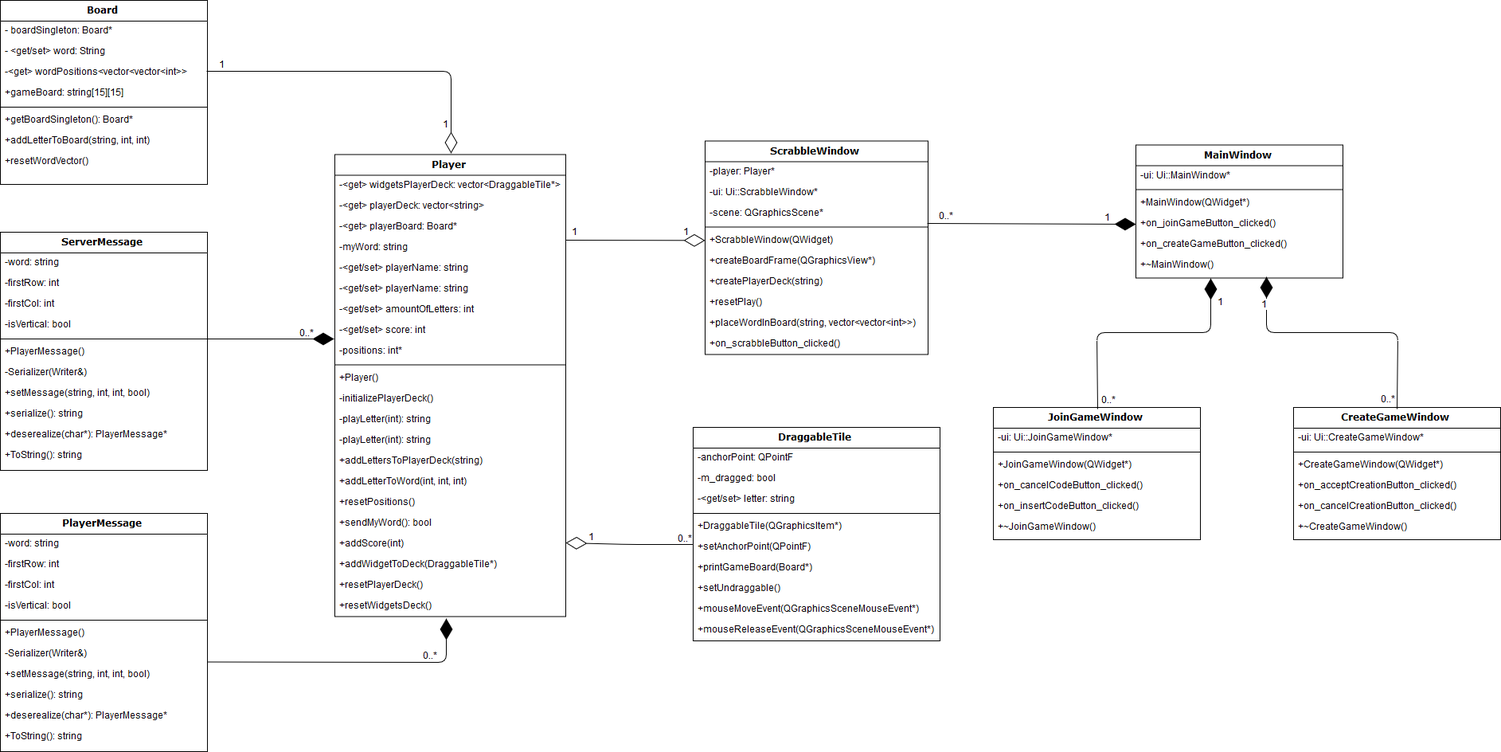
Before: ClientProject/images/Wiki_resources/Client Class Diagram.png, a diagram exported from draw.io (ErickCR12/Scrabble). Source tidied: cells renumbered, new cells last; positions are measured from the earlier drawing's top-left corner, leaving out a move shared by most shapes.
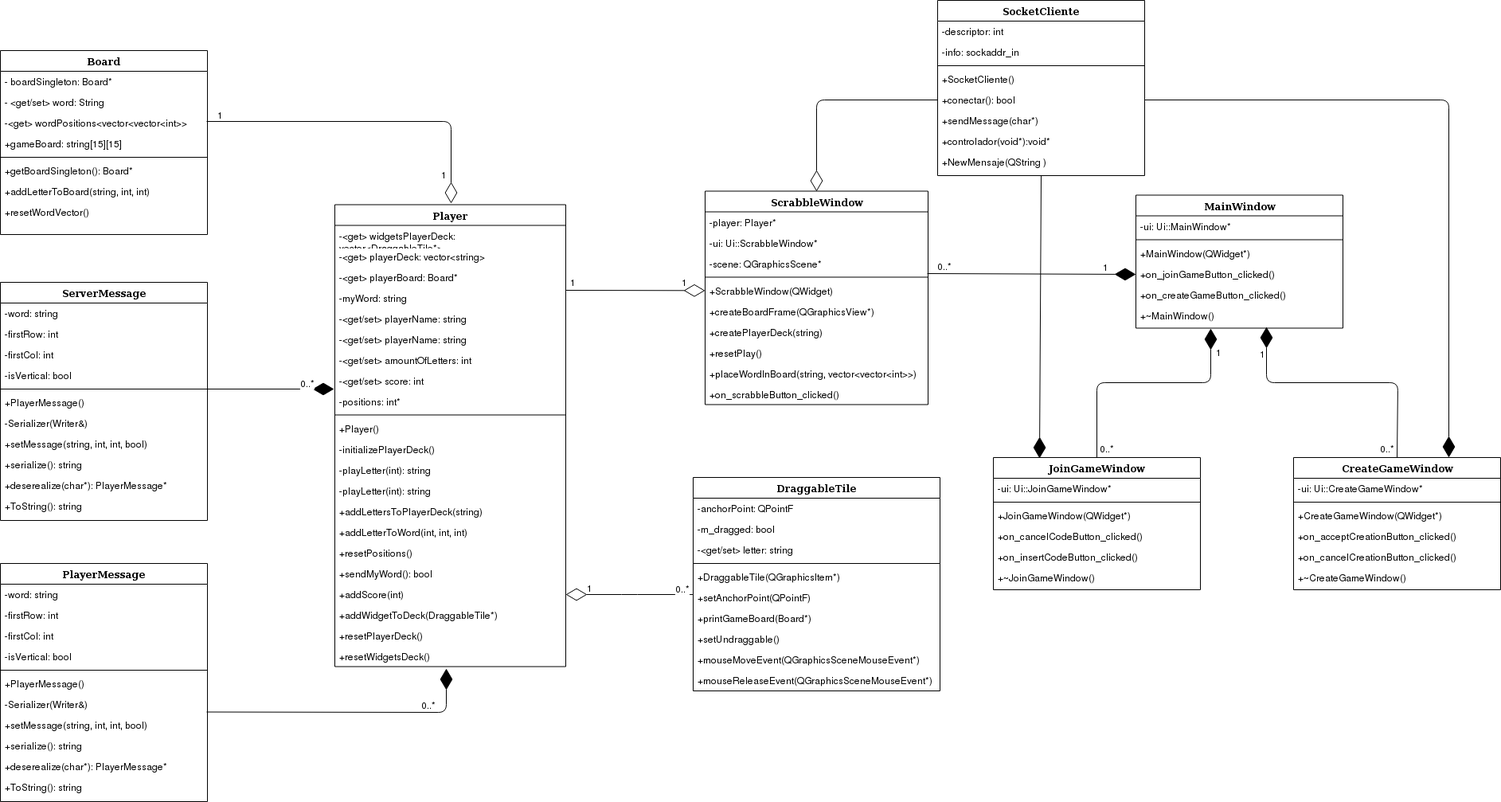
The same diagram one commit later.

Change to the diagram source:
```diff
@@ -430,5 +430,51 @@
         <mxPoint x="-152" y="-117" as="offset" />
       </mxGeometry>
     </mxCell>
+    <mxCell id="123" value="SocketCliente" style="swimlane;html=1;fontStyle=1;align=center;verticalAlign=top;horizontal=1;startSize=26;swimlaneFillColor=#ffffff;rounded=0;shadow=0;comic=0;labelBackgroundColor=none;strokeColor=#000000;strokeWidth=1;fillColor=none;fontFamily=Verdana;fontSize=12;fontColor=#000000;" parent="1" vertex="1">
+      <mxGeometry x="1177" y="-63" width="260" height="220" as="geometry" />
+    </mxCell>
+    <mxCell id="124" value="-descriptor: int" style="text;html=1;strokeColor=none;fillColor=none;align=left;verticalAlign=top;spacingLeft=4;spacingRight=4;whiteSpace=wrap;overflow=hidden;" parent="123" vertex="1">
+      <mxGeometry y="26" width="260" height="26" as="geometry" />
+    </mxCell>
+    <mxCell id="125" value="&lt;div&gt;-info: sockaddr_in&lt;/div&gt;" style="text;html=1;strokeColor=none;fillColor=none;align=left;verticalAlign=top;spacingLeft=4;spacingRight=4;whiteSpace=wrap;overflow=hidden;" parent="123" vertex="1">
+      <mxGeometry y="52" width="260" height="26" as="geometry" />
+    </mxCell>
+    <mxCell id="126" style="line;html=1;strokeWidth=1;fillColor=none;align=left;verticalAlign=middle;spacingTop=-1;spacingLeft=3;spacingRight=3;labelPosition=right;" parent="123" vertex="1">
+      <mxGeometry y="78" width="260" height="8" as="geometry" />
+    </mxCell>
+    <mxCell id="127" value="+SocketCliente()" style="text;html=1;strokeColor=none;fillColor=none;align=left;verticalAlign=top;spacingLeft=4;spacingRight=4;whiteSpace=wrap;overflow=hidden;" parent="123" vertex="1">
+      <mxGeometry y="86" width="260" height="26" as="geometry" />
+    </mxCell>
+    <mxCell id="128" value="+conectar(): bool" style="text;html=1;strokeColor=none;fillColor=none;align=left;verticalAlign=top;spacingLeft=4;spacingRight=4;whiteSpace=wrap;overflow=hidden;points=[[0,0.5],[1,0.5]];portConstraint=eastwest;" parent="123" vertex="1">
+      <mxGeometry y="112" width="260" height="26" as="geometry" />
+    </mxCell>
+    <mxCell id="129" value="+sendMessage(char*)" style="text;html=1;strokeColor=none;fillColor=none;align=left;verticalAlign=top;spacingLeft=4;spacingRight=4;whiteSpace=wrap;overflow=hidden;" parent="123" vertex="1">
+      <mxGeometry y="138" width="260" height="26" as="geometry" />
+    </mxCell>
+    <mxCell id="130" value="+controlador(void*):void*" style="text;html=1;strokeColor=none;fillColor=none;align=left;verticalAlign=top;spacingLeft=4;spacingRight=4;whiteSpace=wrap;overflow=hidden;" parent="123" vertex="1">
+      <mxGeometry y="164" width="260" height="26" as="geometry" />
+    </mxCell>
+    <mxCell id="131" value="+NewMensaje(QString )" style="text;html=1;strokeColor=none;fillColor=none;align=left;verticalAlign=top;spacingLeft=4;spacingRight=4;whiteSpace=wrap;overflow=hidden;" parent="123" vertex="1">
+      <mxGeometry y="190" width="260" height="26" as="geometry" />
+    </mxCell>
+    <mxCell id="132" style="endArrow=diamondThin;endFill=0;endSize=24;html=1;entryX=0.5;entryY=0;entryDx=0;entryDy=0;exitX=0;exitY=0.5;exitDx=0;exitDy=0;" parent="1" edge="1" source="128" target="93">
+      <mxGeometry relative="1" as="geometry">
+        <Array as="points">
+          <mxPoint x="1025" y="62" />
+        </Array>
+      </mxGeometry>
+    </mxCell>
+    <mxCell id="133" style="endArrow=diamondThin;endFill=1;endSize=24;html=1;entryX=0.223;entryY=0.006;entryDx=0;entryDy=0;exitX=0.5;exitY=1;exitDx=0;exitDy=0;entryPerimeter=0;" parent="1" edge="1" target="68">
+      <mxGeometry relative="1" as="geometry">
+        <mxPoint x="1307" y="157" as="sourcePoint" />
+      </mxGeometry>
+    </mxCell>
+    <mxCell id="134" style="endArrow=diamondThin;endFill=1;endSize=24;html=1;entryX=0.75;entryY=0;entryDx=0;entryDy=0;exitX=1;exitY=0.5;exitDx=0;exitDy=0;" parent="1" edge="1" source="128" target="75">
+      <mxGeometry relative="1" as="geometry">
+        <Array as="points">
+          <mxPoint x="1819" y="62" />
+        </Array>
+      </mxGeometry>
+    </mxCell>
   </root>
 </mxGraphModel>
```
